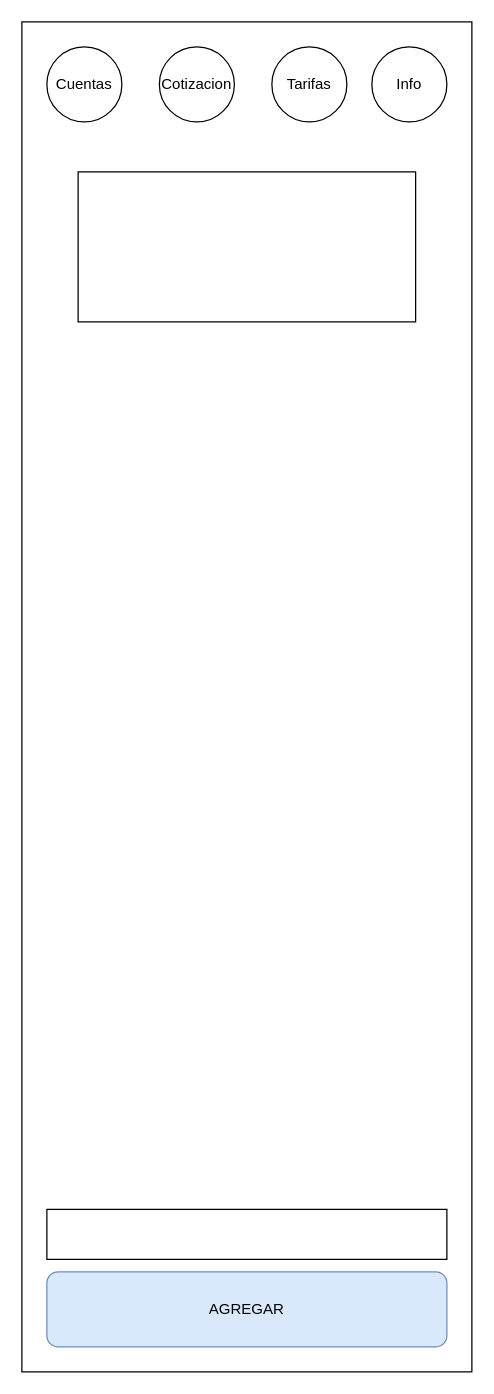
The draw.io diagram cuantas.drawio in danielo101/db-diagrams, before the edit. Source tidied: cells renumbered, new cells numbered last; positions are measured from the earlier drawing's top-left corner, leaving out a move shared by most shapes. Both pictures are drawn from the tidied source at 125%, with x=0, y=0 at pixel (21, 21).
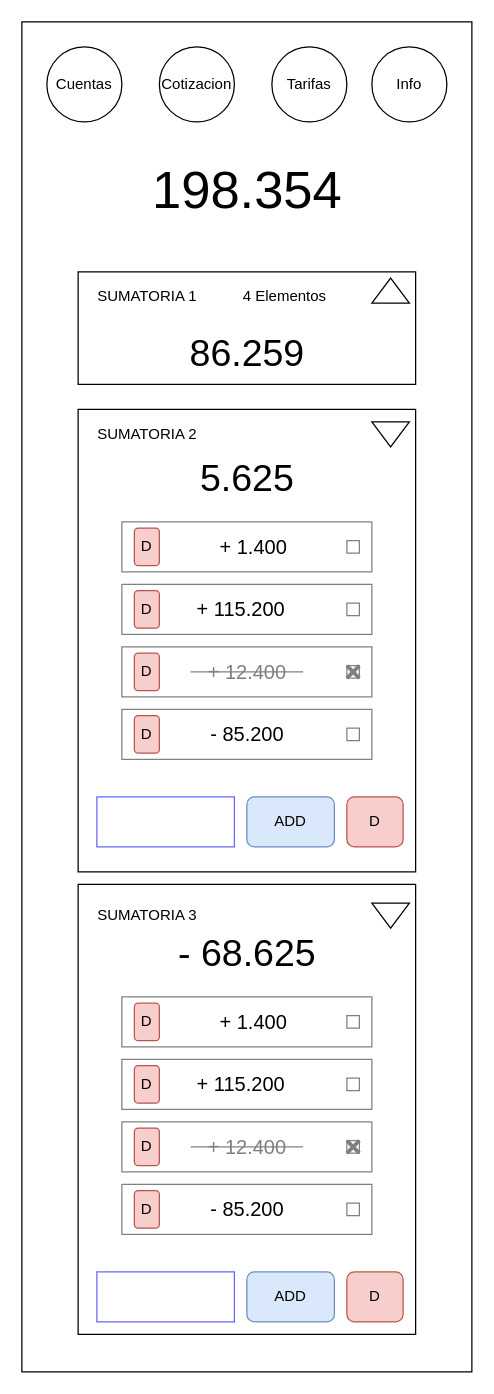
After the change.

Diff of the diagram source:
```diff
@@
     <mxCell id="7" style="rounded=0;whiteSpace=wrap;html=1;" parent="1" vertex="1">
-      <mxGeometry x="45" y="120" width="270" height="120" as="geometry" />
+      <mxGeometry x="45" y="310" width="270" height="370" as="geometry" />
     </mxCell>
-    <mxCell id="8" value="AGREGAR" style="rounded=1;whiteSpace=wrap;html=1;fillColor=#dae8fc;strokeColor=#6c8ebf;" parent="1" vertex="1">
-      <mxGeometry x="20" y="1000" width="320" height="60" as="geometry" />
-    </mxCell>
-    <mxCell id="9" style="rounded=0;whiteSpace=wrap;html=1;" parent="1" vertex="1">
-      <mxGeometry x="20" y="950" width="320" height="40" as="geometry" />
-    </mxCell>
+    <mxCell id="10" style="triangle;whiteSpace=wrap;html=1;rotation=90;" parent="1" vertex="1">
+      <mxGeometry x="285" y="315" width="20" height="30" as="geometry" />
+    </mxCell>
+    <mxCell id="11" value="SUMATORIA 2" style="text;html=1;align=center;verticalAlign=middle;strokeColor=none;fillColor=none;" parent="1" vertex="1">
+      <mxGeometry x="55" y="320" width="90" height="20" as="geometry" />
+    </mxCell>
+    <mxCell id="12" style="rounded=0;whiteSpace=wrap;html=1;strokeColor=#6666FF;" parent="1" vertex="1">
+      <mxGeometry x="60" y="620" width="110" height="40" as="geometry" />
+    </mxCell>
+    <mxCell id="13" value="ADD" style="rounded=1;whiteSpace=wrap;html=1;fillColor=#dae8fc;strokeColor=#6c8ebf;" parent="1" vertex="1">
+      <mxGeometry x="180" y="620" width="70" height="40" as="geometry" />
+    </mxCell>
+    <mxCell id="14" value="&lt;font style=&quot;font-size: 30px&quot;&gt;5.625&lt;/font&gt;" style="text;html=1;align=center;verticalAlign=middle;strokeColor=none;fillColor=none;" parent="1" vertex="1">
+      <mxGeometry x="135" y="350" width="90" height="30" as="geometry" />
+    </mxCell>
+    <mxCell id="15" value="D" style="rounded=1;whiteSpace=wrap;html=1;fillColor=#f8cecc;strokeColor=#b85450;" parent="1" vertex="1">
+      <mxGeometry x="260" y="620" width="45" height="40" as="geometry" />
+    </mxCell>
+    <mxCell id="16" style="group;" parent="1" vertex="1">
+      <mxGeometry x="80" y="400" width="200" height="40" as="geometry" />
+    </mxCell>
+    <mxCell id="17" style="rounded=0;whiteSpace=wrap;html=1;fontSize=30;strokeColor=#808080;" parent="16" vertex="1">
+      <mxGeometry width="200" height="40" as="geometry" />
+    </mxCell>
+    <mxCell id="18" value="&lt;font style=&quot;font-size: 16px&quot;&gt;+ 1.400&lt;/font&gt;" style="text;html=1;align=center;verticalAlign=middle;strokeColor=none;fillColor=none;strokeWidth=4;" parent="16" vertex="1">
+      <mxGeometry x="70" y="10" width="70" height="20" as="geometry" />
+    </mxCell>
+    <mxCell id="19" style="rounded=0;whiteSpace=wrap;html=1;fontSize=30;strokeColor=#808080;" parent="16" vertex="1">
+      <mxGeometry x="180" y="15" width="10" height="10" as="geometry" />
+    </mxCell>
+    <mxCell id="20" value="D" style="rounded=1;whiteSpace=wrap;html=1;fillColor=#f8cecc;strokeColor=#b85450;" parent="16" vertex="1">
+      <mxGeometry x="10" y="5" width="20" height="30" as="geometry" />
+    </mxCell>
+    <mxCell id="21" style="group;" parent="1" vertex="1">
+      <mxGeometry x="80" y="450" width="200" height="40" as="geometry" />
+    </mxCell>
+    <mxCell id="22" style="rounded=0;whiteSpace=wrap;html=1;fontSize=30;strokeColor=#808080;" parent="21" vertex="1">
+      <mxGeometry width="200" height="40" as="geometry" />
+    </mxCell>
+    <mxCell id="23" value="&lt;font style=&quot;font-size: 16px&quot;&gt;+ 115.200&lt;/font&gt;" style="text;html=1;align=center;verticalAlign=middle;strokeColor=none;fillColor=none;strokeWidth=4;" parent="21" vertex="1">
+      <mxGeometry x="50" y="10" width="90" height="20" as="geometry" />
+    </mxCell>
+    <mxCell id="24" style="rounded=0;whiteSpace=wrap;html=1;fontSize=30;strokeColor=#808080;" parent="21" vertex="1">
+      <mxGeometry x="180" y="15" width="10" height="10" as="geometry" />
+    </mxCell>
+    <mxCell id="25" value="D" style="rounded=1;whiteSpace=wrap;html=1;fillColor=#f8cecc;strokeColor=#b85450;" parent="21" vertex="1">
+      <mxGeometry x="10" y="5" width="20" height="30" as="geometry" />
+    </mxCell>
+    <mxCell id="26" style="group;sketch=0;" parent="1" vertex="1">
+      <mxGeometry x="80" y="500" width="200" height="40" as="geometry" />
+    </mxCell>
+    <mxCell id="27" style="rounded=0;whiteSpace=wrap;html=1;fontSize=30;strokeColor=#808080;" parent="26" vertex="1">
+      <mxGeometry width="200" height="40" as="geometry" />
+    </mxCell>
+    <mxCell id="28" style="rounded=0;whiteSpace=wrap;html=1;fontSize=30;strokeColor=#808080;" parent="26" vertex="1">
+      <mxGeometry x="180" y="15" width="10" height="10" as="geometry" />
+    </mxCell>
+    <mxCell id="29" value="D" style="rounded=1;whiteSpace=wrap;html=1;fillColor=#f8cecc;strokeColor=#b85450;" parent="26" vertex="1">
+      <mxGeometry x="10" y="5" width="20" height="30" as="geometry" />
+    </mxCell>
+    <mxCell id="30" value="&lt;font style=&quot;font-size: 16px&quot;&gt;+ 12.400&lt;/font&gt;" style="text;html=1;align=center;verticalAlign=middle;strokeColor=none;fillColor=none;strokeWidth=4;fontColor=#808080;sketch=0;shadow=0;gradientColor=none;fontStyle=0;horizontal=1;rounded=0;glass=1;" parent="26" vertex="1">
+      <mxGeometry x="60" y="10" width="80" height="20" as="geometry" />
+    </mxCell>
+    <mxCell id="31" style="shape=umlDestroy;whiteSpace=wrap;html=1;strokeWidth=3;rounded=0;shadow=0;glass=1;sketch=0;fontSize=16;fontColor=#808080;fillColor=none;gradientColor=none;strokeColor=#808080;" parent="26" vertex="1">
+      <mxGeometry x="180" y="15" width="10" height="10" as="geometry" />
+    </mxCell>
+    <mxCell id="32" style="line;strokeWidth=1;html=1;perimeter=backbonePerimeter;rounded=0;shadow=0;glass=1;sketch=0;fontSize=16;fontColor=#808080;fillColor=none;gradientColor=none;strokeColor=#808080;" parent="26" vertex="1">
+      <mxGeometry x="55" y="15" width="90" height="10" as="geometry" />
+    </mxCell>
+    <mxCell id="33" style="group;" parent="1" vertex="1">
+      <mxGeometry x="80" y="550" width="200" height="40" as="geometry" />
+    </mxCell>
+    <mxCell id="34" style="rounded=0;whiteSpace=wrap;html=1;fontSize=30;strokeColor=#808080;" parent="33" vertex="1">
+      <mxGeometry width="200" height="40" as="geometry" />
+    </mxCell>
+    <mxCell id="35" value="&lt;font style=&quot;font-size: 16px&quot;&gt;- 85.200&lt;/font&gt;" style="text;html=1;align=center;verticalAlign=middle;strokeColor=none;fillColor=none;strokeWidth=4;" parent="33" vertex="1">
+      <mxGeometry x="65" y="10" width="70" height="20" as="geometry" />
+    </mxCell>
+    <mxCell id="36" style="rounded=0;whiteSpace=wrap;html=1;fontSize=30;strokeColor=#808080;" parent="33" vertex="1">
+      <mxGeometry x="180" y="15" width="10" height="10" as="geometry" />
+    </mxCell>
+    <mxCell id="37" value="D" style="rounded=1;whiteSpace=wrap;html=1;fillColor=#f8cecc;strokeColor=#b85450;" parent="33" vertex="1">
+      <mxGeometry x="10" y="5" width="20" height="30" as="geometry" />
+    </mxCell>
+    <mxCell id="38" style="rounded=0;whiteSpace=wrap;html=1;" parent="1" vertex="1">
+      <mxGeometry x="45" y="690" width="270" height="360" as="geometry" />
+    </mxCell>
+    <mxCell id="39" style="triangle;whiteSpace=wrap;html=1;rotation=90;" parent="1" vertex="1">
+      <mxGeometry x="285" y="700" width="20" height="30" as="geometry" />
+    </mxCell>
+    <mxCell id="40" value="SUMATORIA 3" style="text;html=1;align=center;verticalAlign=middle;strokeColor=none;fillColor=none;" parent="1" vertex="1">
+      <mxGeometry x="55" y="705" width="90" height="20" as="geometry" />
+    </mxCell>
+    <mxCell id="41" style="rounded=0;whiteSpace=wrap;html=1;strokeColor=#6666FF;" parent="1" vertex="1">
+      <mxGeometry x="60" y="1000" width="110" height="40" as="geometry" />
+    </mxCell>
+    <mxCell id="42" value="ADD" style="rounded=1;whiteSpace=wrap;html=1;fillColor=#dae8fc;strokeColor=#6c8ebf;" parent="1" vertex="1">
+      <mxGeometry x="180" y="1000" width="70" height="40" as="geometry" />
+    </mxCell>
+    <mxCell id="43" value="&lt;font style=&quot;font-size: 30px&quot;&gt;- 68.625&lt;/font&gt;" style="text;html=1;align=center;verticalAlign=middle;strokeColor=none;fillColor=none;" parent="1" vertex="1">
+      <mxGeometry x="115" y="730" width="130" height="30" as="geometry" />
+    </mxCell>
+    <mxCell id="44" value="D" style="rounded=1;whiteSpace=wrap;html=1;fillColor=#f8cecc;strokeColor=#b85450;" parent="1" vertex="1">
+      <mxGeometry x="260" y="1000" width="45" height="40" as="geometry" />
+    </mxCell>
+    <mxCell id="45" style="group;" parent="1" vertex="1">
+      <mxGeometry x="80" y="780" width="200" height="40" as="geometry" />
+    </mxCell>
+    <mxCell id="46" style="rounded=0;whiteSpace=wrap;html=1;fontSize=30;strokeColor=#808080;" parent="45" vertex="1">
+      <mxGeometry width="200" height="40" as="geometry" />
+    </mxCell>
+    <mxCell id="47" value="&lt;font style=&quot;font-size: 16px&quot;&gt;+ 1.400&lt;/font&gt;" style="text;html=1;align=center;verticalAlign=middle;strokeColor=none;fillColor=none;strokeWidth=4;" parent="45" vertex="1">
+      <mxGeometry x="70" y="10" width="70" height="20" as="geometry" />
+    </mxCell>
+    <mxCell id="48" style="rounded=0;whiteSpace=wrap;html=1;fontSize=30;strokeColor=#808080;" parent="45" vertex="1">
+      <mxGeometry x="180" y="15" width="10" height="10" as="geometry" />
+    </mxCell>
+    <mxCell id="49" value="D" style="rounded=1;whiteSpace=wrap;html=1;fillColor=#f8cecc;strokeColor=#b85450;" parent="45" vertex="1">
+      <mxGeometry x="10" y="5" width="20" height="30" as="geometry" />
+    </mxCell>
+    <mxCell id="50" style="group;" parent="1" vertex="1">
+      <mxGeometry x="80" y="830" width="200" height="40" as="geometry" />
+    </mxCell>
+    <mxCell id="51" style="rounded=0;whiteSpace=wrap;html=1;fontSize=30;strokeColor=#808080;" parent="50" vertex="1">
+      <mxGeometry width="200" height="40" as="geometry" />
+    </mxCell>
+    <mxCell id="52" value="&lt;font style=&quot;font-size: 16px&quot;&gt;+ 115.200&lt;/font&gt;" style="text;html=1;align=center;verticalAlign=middle;strokeColor=none;fillColor=none;strokeWidth=4;" parent="50" vertex="1">
+      <mxGeometry x="50" y="10" width="90" height="20" as="geometry" />
+    </mxCell>
+    <mxCell id="53" style="rounded=0;whiteSpace=wrap;html=1;fontSize=30;strokeColor=#808080;" parent="50" vertex="1">
+      <mxGeometry x="180" y="15" width="10" height="10" as="geometry" />
+    </mxCell>
+    <mxCell id="54" value="D" style="rounded=1;whiteSpace=wrap;html=1;fillColor=#f8cecc;strokeColor=#b85450;" parent="50" vertex="1">
+      <mxGeometry x="10" y="5" width="20" height="30" as="geometry" />
+    </mxCell>
+    <mxCell id="55" style="group;sketch=0;" parent="1" vertex="1">
+      <mxGeometry x="80" y="880" width="200" height="40" as="geometry" />
+    </mxCell>
+    <mxCell id="56" style="rounded=0;whiteSpace=wrap;html=1;fontSize=30;strokeColor=#808080;" parent="55" vertex="1">
+      <mxGeometry width="200" height="40" as="geometry" />
+    </mxCell>
+    <mxCell id="57" style="rounded=0;whiteSpace=wrap;html=1;fontSize=30;strokeColor=#808080;" parent="55" vertex="1">
+      <mxGeometry x="180" y="15" width="10" height="10" as="geometry" />
+    </mxCell>
+    <mxCell id="58" value="D" style="rounded=1;whiteSpace=wrap;html=1;fillColor=#f8cecc;strokeColor=#b85450;" parent="55" vertex="1">
+      <mxGeometry x="10" y="5" width="20" height="30" as="geometry" />
+    </mxCell>
+    <mxCell id="59" value="&lt;font style=&quot;font-size: 16px&quot;&gt;+ 12.400&lt;/font&gt;" style="text;html=1;align=center;verticalAlign=middle;strokeColor=none;fillColor=none;strokeWidth=4;fontColor=#808080;sketch=0;shadow=0;gradientColor=none;fontStyle=0;horizontal=1;rounded=0;glass=1;" parent="55" vertex="1">
+      <mxGeometry x="60" y="10" width="80" height="20" as="geometry" />
+    </mxCell>
+    <mxCell id="60" style="shape=umlDestroy;whiteSpace=wrap;html=1;strokeWidth=3;rounded=0;shadow=0;glass=1;sketch=0;fontSize=16;fontColor=#808080;fillColor=none;gradientColor=none;strokeColor=#808080;" parent="55" vertex="1">
+      <mxGeometry x="180" y="15" width="10" height="10" as="geometry" />
+    </mxCell>
+    <mxCell id="61" style="line;strokeWidth=1;html=1;perimeter=backbonePerimeter;rounded=0;shadow=0;glass=1;sketch=0;fontSize=16;fontColor=#808080;fillColor=none;gradientColor=none;strokeColor=#808080;" parent="55" vertex="1">
+      <mxGeometry x="55" y="15" width="90" height="10" as="geometry" />
+    </mxCell>
+    <mxCell id="62" style="group;" parent="1" vertex="1">
+      <mxGeometry x="80" y="930" width="200" height="40" as="geometry" />
+    </mxCell>
+    <mxCell id="63" style="rounded=0;whiteSpace=wrap;html=1;fontSize=30;strokeColor=#808080;" parent="62" vertex="1">
+      <mxGeometry width="200" height="40" as="geometry" />
+    </mxCell>
+    <mxCell id="64" value="&lt;font style=&quot;font-size: 16px&quot;&gt;- 85.200&lt;/font&gt;" style="text;html=1;align=center;verticalAlign=middle;strokeColor=none;fillColor=none;strokeWidth=4;" parent="62" vertex="1">
+      <mxGeometry x="65" y="10" width="70" height="20" as="geometry" />
+    </mxCell>
+    <mxCell id="65" style="rounded=0;whiteSpace=wrap;html=1;fontSize=30;strokeColor=#808080;" parent="62" vertex="1">
+      <mxGeometry x="180" y="15" width="10" height="10" as="geometry" />
+    </mxCell>
+    <mxCell id="66" value="D" style="rounded=1;whiteSpace=wrap;html=1;fillColor=#f8cecc;strokeColor=#b85450;" parent="62" vertex="1">
+      <mxGeometry x="10" y="5" width="20" height="30" as="geometry" />
+    </mxCell>
+    <mxCell id="67" style="rounded=0;whiteSpace=wrap;html=1;" parent="1" vertex="1">
+      <mxGeometry x="45" y="200" width="270" height="90" as="geometry" />
+    </mxCell>
+    <mxCell id="68" style="triangle;whiteSpace=wrap;html=1;rotation=-90;" parent="1" vertex="1">
+      <mxGeometry x="285" y="200" width="20" height="30" as="geometry" />
+    </mxCell>
+    <mxCell id="69" value="SUMATORIA 1" style="text;html=1;align=center;verticalAlign=middle;strokeColor=none;fillColor=none;" parent="1" vertex="1">
+      <mxGeometry x="55" y="210" width="90" height="20" as="geometry" />
+    </mxCell>
+    <mxCell id="70" value="4 Elementos" style="text;html=1;align=center;verticalAlign=middle;strokeColor=none;fillColor=none;" parent="1" vertex="1">
+      <mxGeometry x="170" y="210" width="80" height="20" as="geometry" />
+    </mxCell>
+    <mxCell id="71" value="&lt;font style=&quot;font-size: 30px&quot;&gt;86.259&lt;/font&gt;" style="text;html=1;align=center;verticalAlign=middle;strokeColor=none;fillColor=none;" parent="1" vertex="1">
+      <mxGeometry x="125" y="250" width="110" height="30" as="geometry" />
+    </mxCell>
+    <mxCell id="72" value="&lt;font style=&quot;font-size: 42px&quot;&gt;198.354&lt;/font&gt;" style="text;html=1;align=center;verticalAlign=middle;strokeColor=none;fillColor=none;strokeWidth=2;" parent="1" vertex="1">
+      <mxGeometry x="95" y="120" width="170" height="30" as="geometry" />
+    </mxCell>
```
